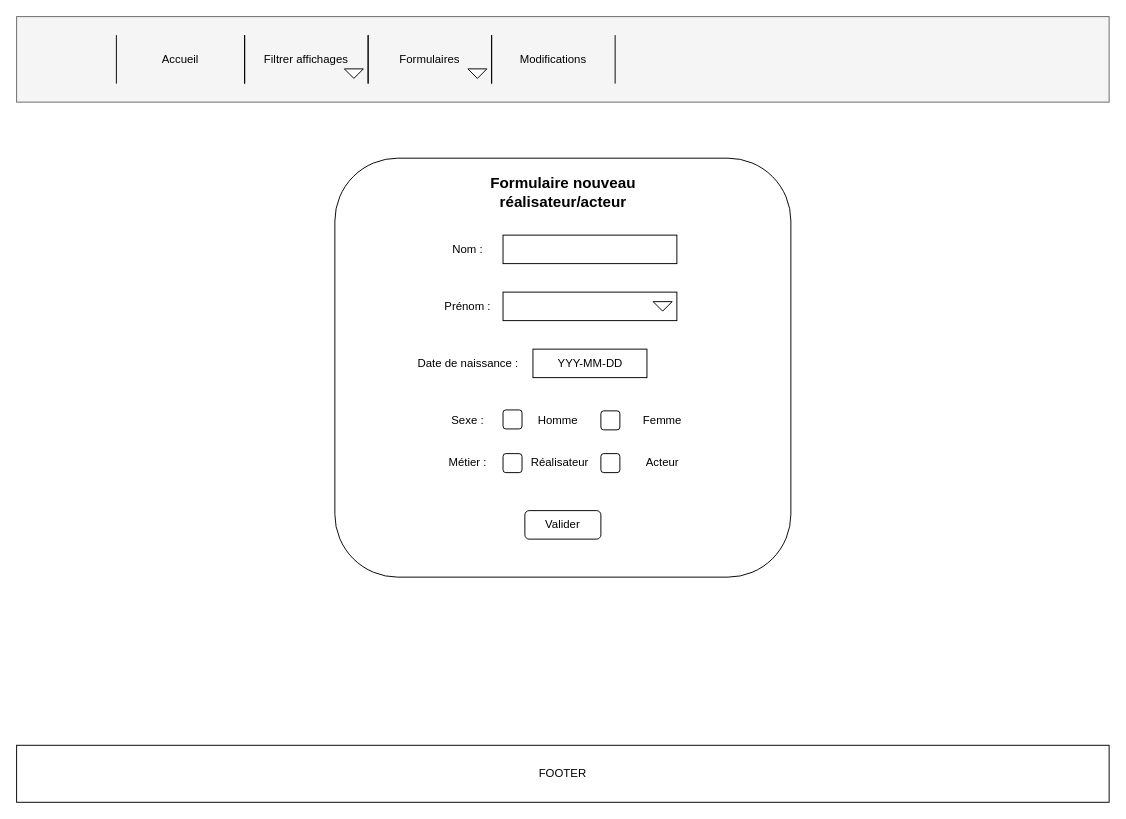
Before: Formulaire ajout Réalisteur/acteur.drawio in JeanNoLimit/appli_cinema, a draw.io diagram. Source tidied: cells renumbered, new cells numbered last; positions are measured from the earlier drawing's top-left corner, leaving out a move shared by most shapes. Both pictures are drawn from the tidied source at 95%, with x=0, y=0 at pixel (16, 16).
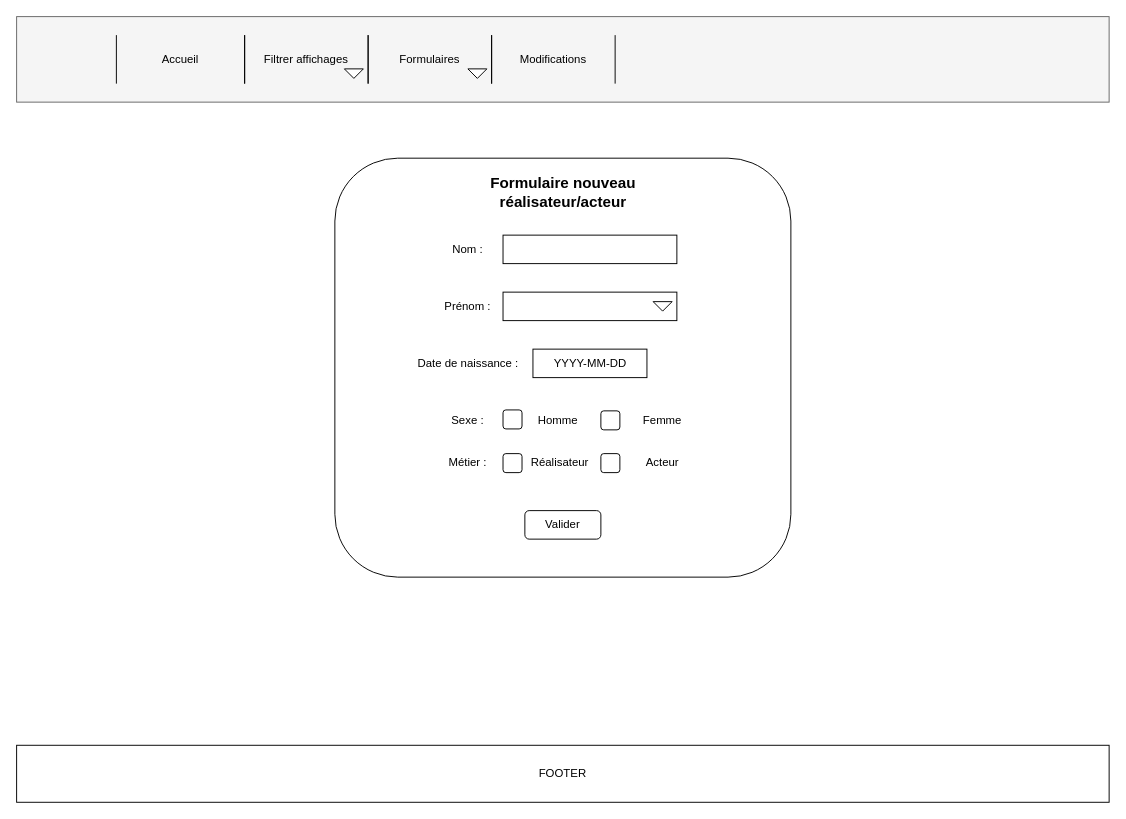
The same page after the edit.

Commit message:
Mettre à jour formulaire acteur.drawio

Change to the diagram source:
```diff
@@
-    <mxCell id="17" value="YYY-MM-DD" style="rounded=0;whiteSpace=wrap;html=1;" parent="1" vertex="1">
+    <mxCell id="17" value="YYYY-MM-DD" style="rounded=0;whiteSpace=wrap;html=1;" parent="1" vertex="1">
       <mxGeometry x="543.5" y="350" width="120" height="30" as="geometry" />
     </mxCell>
```
